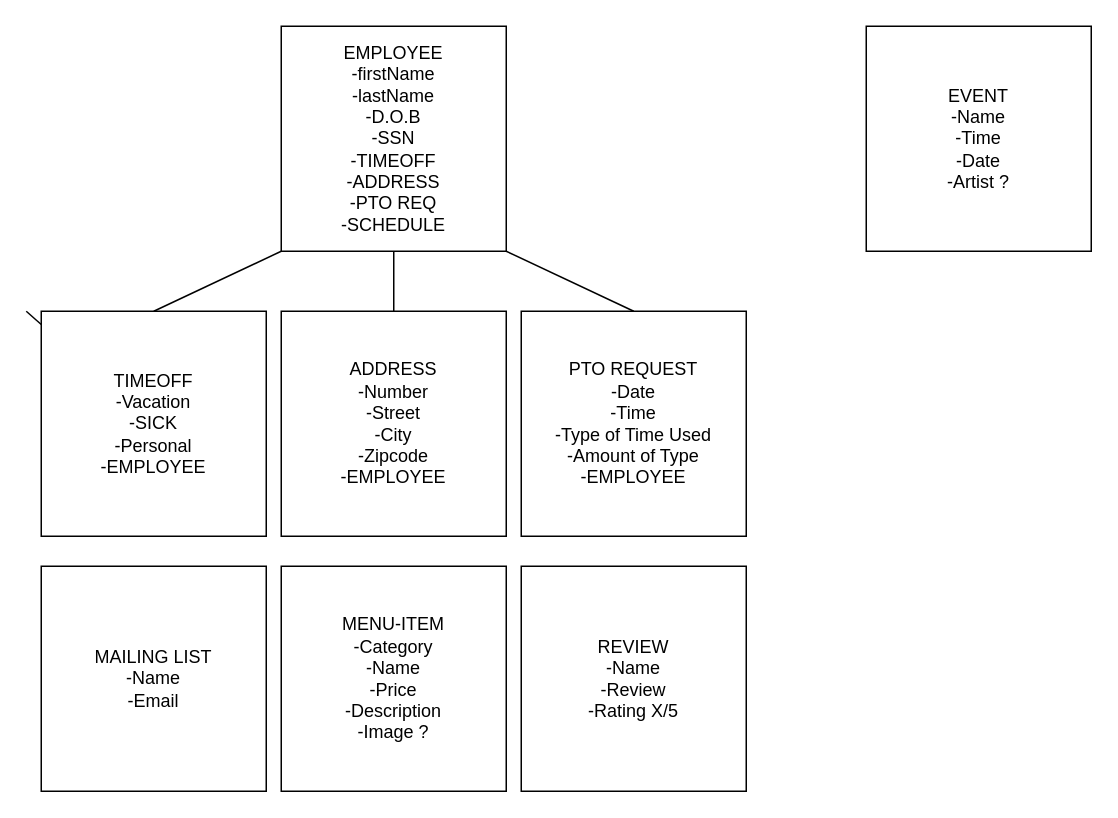
The draw.io diagram wireframes/Database/Document_links.drawio in bryan-huffstutler/capstone, before the edit. Source tidied: cells renumbered, new cells numbered last; positions are measured from the earlier drawing's top-left corner, leaving out a move shared by most shapes. Both pictures are drawn from the tidied source at 150%, with x=0, y=0 at pixel (26, 26).
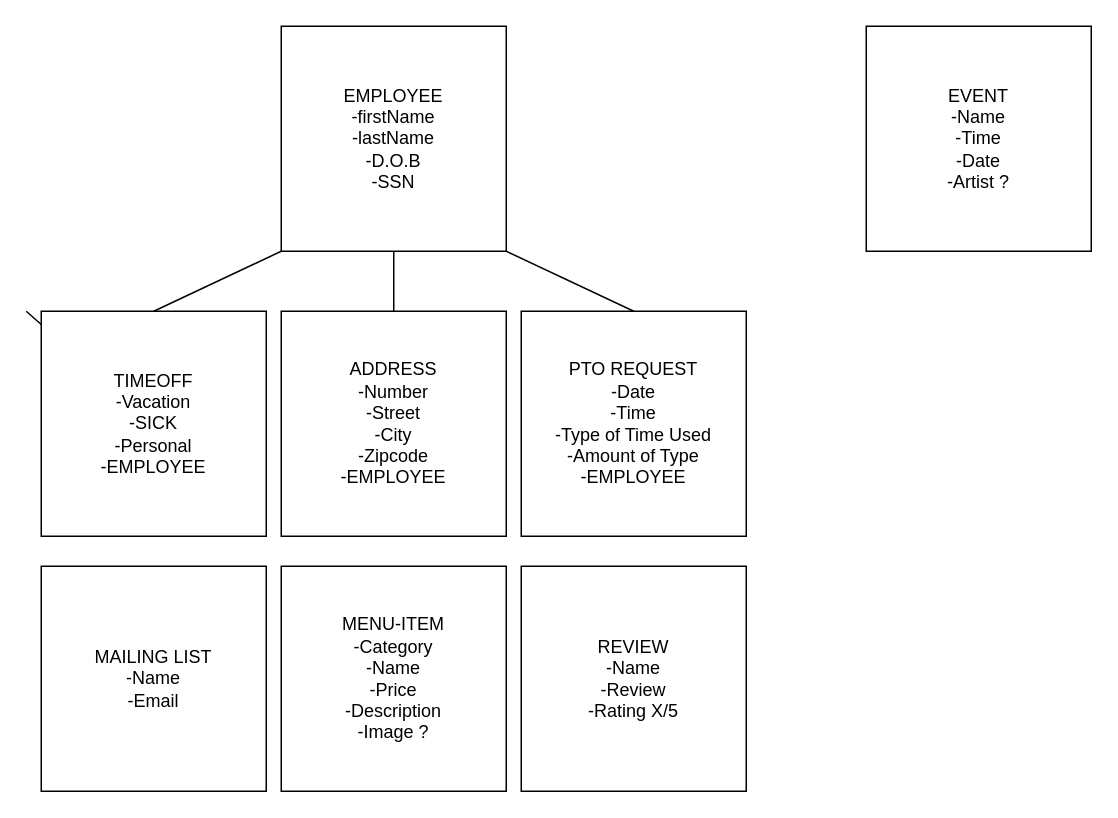
Above is the later version.

Diff of the diagram source:
```diff
@@
 <mxGraphModel>
   <root>
     <mxCell id="0" />
     <mxCell id="1" parent="0" />
-    <mxCell id="2" value="EMPLOYEE&lt;br&gt;-firstName&lt;br&gt;-lastName&lt;br&gt;-D.O.B&lt;br&gt;-SSN&lt;br&gt;-TIMEOFF&lt;br&gt;-ADDRESS&lt;br&gt;-PTO REQ&lt;br&gt;-SCHEDULE" style="whiteSpace=wrap;html=1;" parent="1" vertex="1">
+    <mxCell id="2" value="EMPLOYEE&lt;br&gt;-firstName&lt;br&gt;-lastName&lt;br&gt;-D.O.B&lt;br&gt;-SSN&lt;br&gt;" style="whiteSpace=wrap;html=1;" parent="1" vertex="1">
       <mxGeometry x="170" width="150" height="150" as="geometry" />
     </mxCell>
     <mxCell id="3" style="endArrow=none;html=1;" parent="1" edge="1" target="4">
       <mxGeometry relative="1" as="geometry">
         <mxPoint y="190" as="sourcePoint" />
       </mxGeometry>
     </mxCell>
     <mxCell id="4" value="TIMEOFF&lt;br&gt;-Vacation&lt;br&gt;-SICK&lt;br&gt;-Personal&lt;br&gt;-EMPLOYEE" style="whiteSpace=wrap;html=1;" parent="1" vertex="1">
       <mxGeometry x="10" y="190" width="150" height="150" as="geometry" />
     </mxCell>
     <mxCell id="5" style="endArrow=none;html=1;entryX=0;entryY=1;entryDx=0;entryDy=0;exitX=0.5;exitY=0;exitDx=0;exitDy=0;" parent="1" edge="1" source="4" target="2">
       <mxGeometry relative="1" as="geometry" />
     </mxCell>
     <mxCell id="6" value="ADDRESS&lt;br&gt;-Number&lt;br&gt;-Street&lt;br&gt;-City&lt;br&gt;-Zipcode&lt;br&gt;-EMPLOYEE" style="whiteSpace=wrap;html=1;" parent="1" vertex="1">
       <mxGeometry x="170" y="190" width="150" height="150" as="geometry" />
     </mxCell>
     <mxCell id="7" style="endArrow=none;html=1;entryX=0.5;entryY=1;entryDx=0;entryDy=0;exitX=0.5;exitY=0;exitDx=0;exitDy=0;" parent="1" edge="1" source="6" target="2">
       <mxGeometry relative="1" as="geometry" />
     </mxCell>
     <mxCell id="8" style="endArrow=none;html=1;entryX=1;entryY=1;entryDx=0;entryDy=0;exitX=0.5;exitY=0;exitDx=0;exitDy=0;" parent="1" edge="1" source="9" target="2">
       <mxGeometry relative="1" as="geometry" />
     </mxCell>
     <mxCell id="9" value="PTO REQUEST&lt;br&gt;-Date&lt;br&gt;-Time&lt;br&gt;-Type of Time Used&lt;br&gt;-Amount of Type&lt;br&gt;-EMPLOYEE" style="whiteSpace=wrap;html=1;" parent="1" vertex="1">
       <mxGeometry x="330" y="190" width="150" height="150" as="geometry" />
     </mxCell>
     <mxCell id="10" value="EVENT&lt;br&gt;-Name&lt;br&gt;-Time&lt;br&gt;-Date&lt;br&gt;-Artist ?" style="whiteSpace=wrap;html=1;" parent="1" vertex="1">
       <mxGeometry x="560" width="150" height="150" as="geometry" />
     </mxCell>
     <mxCell id="11" value="MENU-ITEM&lt;br&gt;-Category&lt;br&gt;-Name&lt;br&gt;-Price&lt;br&gt;-Description&lt;br&gt;-Image ?" style="whiteSpace=wrap;html=1;" parent="1" vertex="1">
       <mxGeometry x="170" y="360" width="150" height="150" as="geometry" />
     </mxCell>
     <mxCell id="12" value="MAILING LIST&lt;br&gt;-Name&lt;br&gt;-Email" style="whiteSpace=wrap;html=1;" parent="1" vertex="1">
       <mxGeometry x="10" y="360" width="150" height="150" as="geometry" />
     </mxCell>
     <mxCell id="13" value="REVIEW&lt;br&gt;-Name&lt;br&gt;-Review&lt;br&gt;-Rating X/5" style="whiteSpace=wrap;html=1;" parent="1" vertex="1">
       <mxGeometry x="330" y="360" width="150" height="150" as="geometry" />
     </mxCell>
   </root>
 </mxGraphModel>
```
